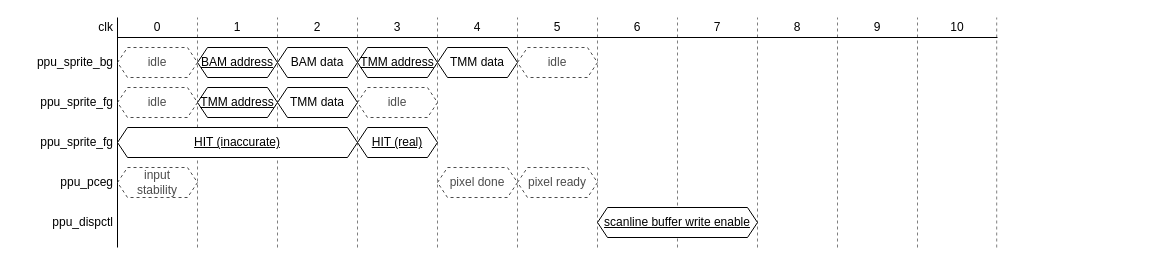
This is page "pipeline" (5 of 5) of docs/ppu.drawio from lonkaars/avans-arcade, a draw.io file, before an edit. Source tidied: cells renumbered, new cells numbered last; positions are measured from the earlier drawing's top-left corner, leaving out a move shared by most shapes. Both pictures are drawn from the tidied source at 100%, with x=0, y=0 at pixel (17, 17).
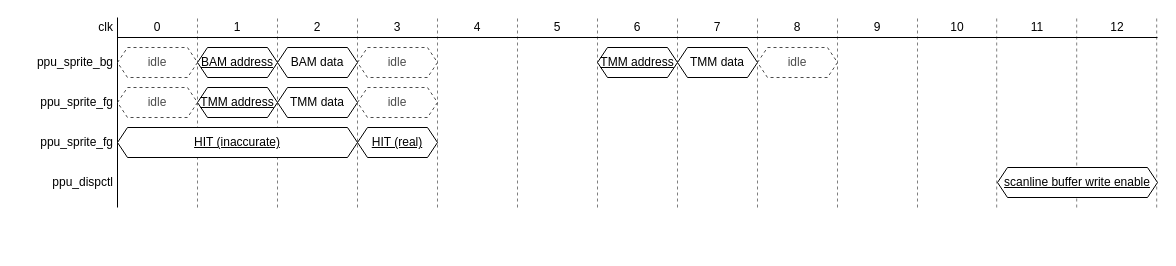
The same page after the edit.

The change refers to these unchanged cells:
```xml
<mxCell id="42" value="10" style="text;html=1;strokeColor=none;fillColor=none;align=center;verticalAlign=middle;whiteSpace=wrap;rounded=0;" parent="1" vertex="1">
  <mxGeometry x="900" width="80" height="20" as="geometry" />
</mxCell>
```

Change to the diagram source:
```diff
@@
     <mxCell id="2" style="endArrow=none;html=1;rounded=0;" parent="1" edge="1">
       <mxGeometry relative="1" as="geometry">
-        <mxPoint x="100" y="230" as="sourcePoint" />
+        <mxPoint x="100" y="190" as="sourcePoint" />
         <mxPoint x="100" as="targetPoint" />
       </mxGeometry>
     </mxCell>
     <mxCell id="3" style="endArrow=none;dashed=1;html=1;rounded=0;opacity=50;" parent="1" edge="1">
       <mxGeometry relative="1" as="geometry">
-        <mxPoint x="180" y="230" as="sourcePoint" />
+        <mxPoint x="180" y="190" as="sourcePoint" />
         <mxPoint x="180" as="targetPoint" />
       </mxGeometry>
     </mxCell>
     <mxCell id="4" style="endArrow=none;dashed=1;html=1;rounded=0;opacity=50;" parent="1" edge="1">
       <mxGeometry relative="1" as="geometry">
-        <mxPoint x="260" y="230" as="sourcePoint" />
+        <mxPoint x="260" y="190" as="sourcePoint" />
         <mxPoint x="260" as="targetPoint" />
       </mxGeometry>
     </mxCell>
     <mxCell id="5" style="endArrow=none;dashed=1;html=1;rounded=0;opacity=50;" parent="1" edge="1">
       <mxGeometry relative="1" as="geometry">
-        <mxPoint x="340" y="230" as="sourcePoint" />
+        <mxPoint x="340" y="190" as="sourcePoint" />
         <mxPoint x="340" as="targetPoint" />
       </mxGeometry>
     </mxCell>
     <mxCell id="6" style="endArrow=none;dashed=1;html=1;rounded=0;opacity=50;" parent="1" edge="1">
       <mxGeometry relative="1" as="geometry">
-        <mxPoint x="420" y="230" as="sourcePoint" />
+        <mxPoint x="420" y="190" as="sourcePoint" />
         <mxPoint x="420" as="targetPoint" />
       </mxGeometry>
     </mxCell>
     <mxCell id="7" style="endArrow=none;dashed=1;html=1;rounded=0;opacity=50;" parent="1" edge="1">
       <mxGeometry relative="1" as="geometry">
-        <mxPoint x="500" y="230" as="sourcePoint" />
+        <mxPoint x="500" y="190" as="sourcePoint" />
         <mxPoint x="500" as="targetPoint" />
       </mxGeometry>
     </mxCell>
     <mxCell id="8" style="endArrow=none;dashed=1;html=1;rounded=0;opacity=50;" parent="1" edge="1">
       <mxGeometry x="820" y="190" relative="1" as="geometry">
-        <mxPoint x="580" y="230" as="sourcePoint" />
+        <mxPoint x="580" y="190" as="sourcePoint" />
         <mxPoint x="580" as="targetPoint" />
       </mxGeometry>
     </mxCell>
     <mxCell id="9" style="endArrow=none;dashed=1;html=1;rounded=0;opacity=50;" parent="1" edge="1">
       <mxGeometry relative="1" as="geometry">
-        <mxPoint x="660" y="230" as="sourcePoint" />
+        <mxPoint x="660" y="190" as="sourcePoint" />
         <mxPoint x="660" as="targetPoint" />
       </mxGeometry>
     </mxCell>
     <mxCell id="10" style="endArrow=none;dashed=1;html=1;rounded=0;opacity=50;" parent="1" edge="1">
       <mxGeometry relative="1" as="geometry">
-        <mxPoint x="740" y="230" as="sourcePoint" />
+        <mxPoint x="740" y="190" as="sourcePoint" />
         <mxPoint x="740" as="targetPoint" />
       </mxGeometry>
     </mxCell>
     <mxCell id="11" style="endArrow=none;dashed=1;html=1;rounded=0;opacity=50;" parent="1" edge="1">
       <mxGeometry relative="1" as="geometry">
-        <mxPoint x="820" y="230" as="sourcePoint" />
+        <mxPoint x="820" y="190" as="sourcePoint" />
         <mxPoint x="820" as="targetPoint" />
       </mxGeometry>
     </mxCell>
     <mxCell id="12" style="endArrow=none;dashed=1;html=1;rounded=0;opacity=50;" parent="1" edge="1">
       <mxGeometry relative="1" as="geometry">
-        <mxPoint x="900" y="230" as="sourcePoint" />
+        <mxPoint x="900" y="190" as="sourcePoint" />
         <mxPoint x="900" as="targetPoint" />
       </mxGeometry>
     </mxCell>
     <mxCell id="13" style="endArrow=none;dashed=1;html=1;rounded=0;opacity=50;" parent="1" edge="1">
       <mxGeometry relative="1" as="geometry">
-        <mxPoint x="979.2" y="230" as="sourcePoint" />
+        <mxPoint x="979.2" y="190" as="sourcePoint" />
         <mxPoint x="979.2" as="targetPoint" />
       </mxGeometry>
     </mxCell>
+    <mxCell id="48" style="endArrow=none;dashed=1;html=1;rounded=0;opacity=50;" parent="1" edge="1">
+      <mxGeometry relative="1" as="geometry">
+        <mxPoint x="1059.2" y="190" as="sourcePoint" />
+        <mxPoint x="1059.2" as="targetPoint" />
+      </mxGeometry>
+    </mxCell>
+    <mxCell id="49" style="endArrow=none;dashed=1;html=1;rounded=0;opacity=50;" parent="1" edge="1">
+      <mxGeometry relative="1" as="geometry">
+        <mxPoint x="1139.2" y="190" as="sourcePoint" />
+        <mxPoint x="1139.2" as="targetPoint" />
+      </mxGeometry>
+    </mxCell>
-    <mxCell id="14" style="endArrow=none;html=1;rounded=0;exitX=1;exitY=1;exitDx=0;exitDy=0;" parent="1" edge="1" source="42">
+    <mxCell id="14" style="endArrow=none;html=1;rounded=0;exitX=1;exitY=1;exitDx=0;exitDy=0;" parent="1" edge="1" source="52">
       <mxGeometry relative="1" as="geometry">
         <mxPoint x="100" y="20" as="targetPoint" />
       </mxGeometry>
     </mxCell>
@@
-    <mxCell id="28" value="ppu_pceg" style="text;html=1;strokeColor=none;fillColor=none;align=right;verticalAlign=middle;whiteSpace=wrap;rounded=0;spacingRight=2;" parent="1" vertex="1">
-      <mxGeometry y="150" width="100" height="30" as="geometry" />
-    </mxCell>
     <mxCell id="29" value="TMM data" style="shape=hexagon;perimeter=hexagonPerimeter2;whiteSpace=wrap;html=1;fixedSize=1;size=10;" parent="1" vertex="1">
-      <mxGeometry x="420" y="30" width="80" height="30" as="geometry" />
+      <mxGeometry x="660" y="30" width="80" height="30" as="geometry" />
     </mxCell>
     <mxCell id="30" value="TMM address" style="shape=hexagon;perimeter=hexagonPerimeter2;whiteSpace=wrap;html=1;fixedSize=1;size=10;fontStyle=4;" parent="1" vertex="1">
-      <mxGeometry x="340" y="30" width="80" height="30" as="geometry" />
+      <mxGeometry x="580" y="30" width="80" height="30" as="geometry" />
     </mxCell>
@@
-    <mxCell id="36" value="input&lt;br&gt;stability" style="shape=hexagon;perimeter=hexagonPerimeter2;whiteSpace=wrap;html=1;fixedSize=1;size=10;opacity=70;dashed=1;textOpacity=70;" parent="1" vertex="1">
-      <mxGeometry x="100" y="150" width="80" height="30" as="geometry" />
-    </mxCell>
     <mxCell id="37" value="idle" style="shape=hexagon;perimeter=hexagonPerimeter2;whiteSpace=wrap;html=1;fixedSize=1;size=10;opacity=70;dashed=1;textOpacity=70;" parent="1" vertex="1">
-      <mxGeometry x="500" y="30" width="80" height="30" as="geometry" />
+      <mxGeometry x="740" y="30" width="80" height="30" as="geometry" />
     </mxCell>
@@
-    <mxCell id="43" value="pixel done" style="shape=hexagon;perimeter=hexagonPerimeter2;whiteSpace=wrap;html=1;fixedSize=1;size=10;opacity=70;dashed=1;textOpacity=70;" parent="1" vertex="1">
-      <mxGeometry x="420" y="150" width="80" height="30" as="geometry" />
-    </mxCell>
-    <mxCell id="44" value="pixel ready" style="shape=hexagon;perimeter=hexagonPerimeter2;whiteSpace=wrap;html=1;fixedSize=1;size=10;opacity=70;dashed=1;textOpacity=70;" parent="1" vertex="1">
-      <mxGeometry x="500" y="150" width="80" height="30" as="geometry" />
-    </mxCell>
     <mxCell id="45" value="ppu_dispctl" style="text;html=1;strokeColor=none;fillColor=none;align=right;verticalAlign=middle;whiteSpace=wrap;rounded=0;spacingRight=2;" parent="1" vertex="1">
-      <mxGeometry y="190" width="100" height="30" as="geometry" />
+      <mxGeometry y="150" width="100" height="30" as="geometry" />
     </mxCell>
     <mxCell id="46" value="scanline buffer write enable" style="shape=hexagon;perimeter=hexagonPerimeter2;whiteSpace=wrap;html=1;fixedSize=1;size=10;fillStyle=auto;rounded=0;shadow=0;fontStyle=4;" parent="1" vertex="1">
-      <mxGeometry x="580" y="190" width="160" height="30" as="geometry" />
+      <mxGeometry x="980" y="150" width="160" height="30" as="geometry" />
     </mxCell>
@@
+    <mxCell id="50" value="idle" style="shape=hexagon;perimeter=hexagonPerimeter2;whiteSpace=wrap;html=1;fixedSize=1;size=10;opacity=70;dashed=1;textOpacity=70;" parent="1" vertex="1">
+      <mxGeometry x="340" y="30" width="80" height="30" as="geometry" />
+    </mxCell>
+    <mxCell id="51" value="11" style="text;html=1;strokeColor=none;fillColor=none;align=center;verticalAlign=middle;whiteSpace=wrap;rounded=0;" parent="1" vertex="1">
+      <mxGeometry x="980" width="80" height="20" as="geometry" />
+    </mxCell>
+    <mxCell id="52" value="12" style="text;html=1;strokeColor=none;fillColor=none;align=center;verticalAlign=middle;whiteSpace=wrap;rounded=0;" parent="1" vertex="1">
+      <mxGeometry x="1060" width="80" height="20" as="geometry" />
+    </mxCell>
```
